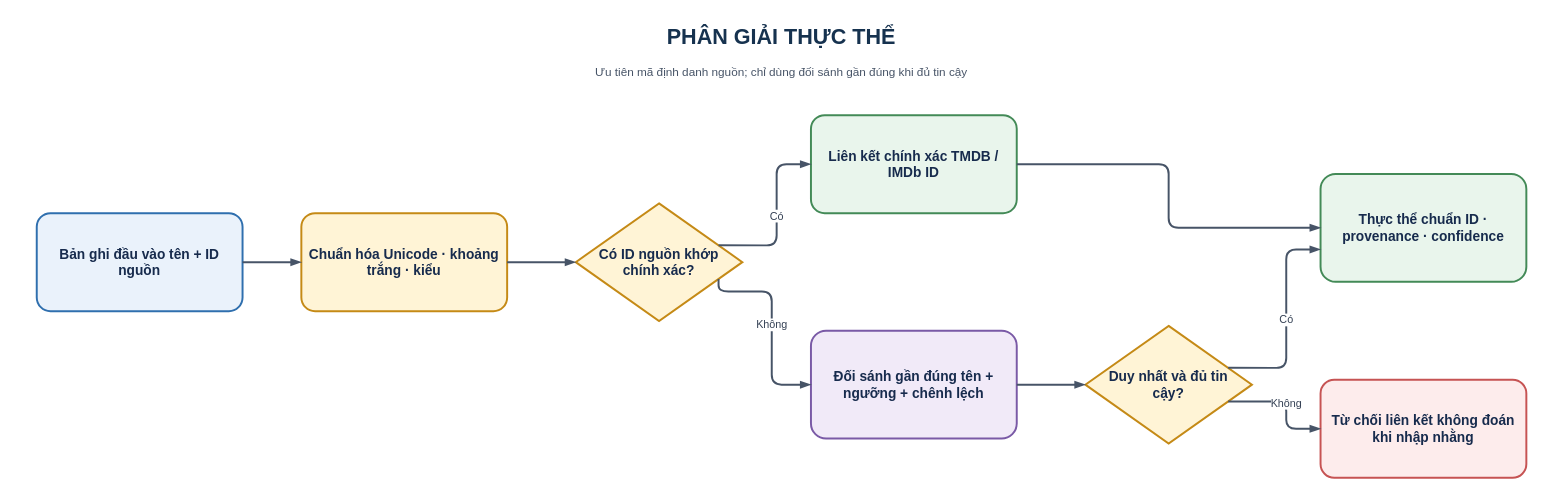
The draw.io diagram report_latex/images/sources/entity_resolution_flow.drawio in khanhhk/advanced_database, before the edit. Source tidied: cells renumbered, new cells numbered last; positions are measured from the earlier drawing's top-left corner, leaving out a move shared by most shapes. Both pictures are drawn from the tidied source at 98%, with x=0, y=0 at pixel (17, 17).
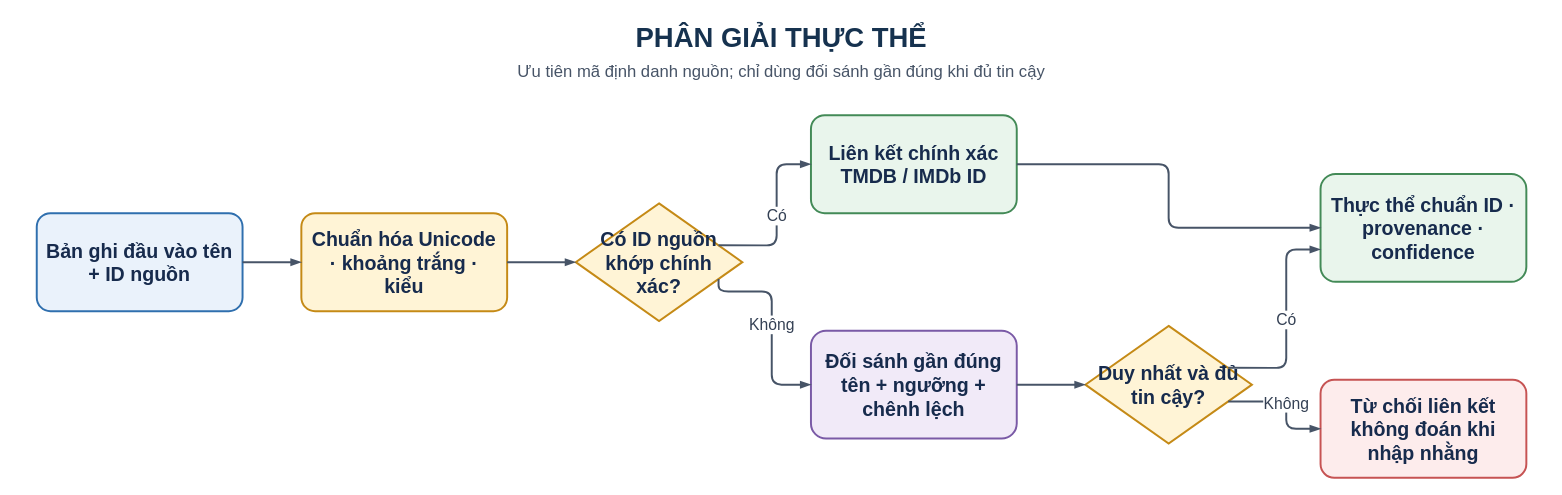
Above is the later version.

Change to the diagram source:
```diff
@@
-    <mxCell id="2" value="PHÂN GIẢI THỰC THỂ" style="text;html=1;whiteSpace=wrap;align=center;verticalAlign=middle;fontFamily=Helvetica;fontSize=22;fontColor=#16324F;fontStyle=1;" parent="1" vertex="1">
+    <mxCell id="2" value="PHÂN GIẢI THỰC THỂ" style="text;html=1;whiteSpace=wrap;align=center;verticalAlign=middle;fontFamily=Helvetica;fontSize=28;fontColor=#16324F;fontStyle=1;" parent="1" vertex="1">
       <mxGeometry width="1560" height="42" as="geometry" />
     </mxCell>
-    <mxCell id="3" value="Ưu tiên mã định danh nguồn; chỉ dùng đối sánh gần đúng khi đủ tin cậy" style="text;html=1;whiteSpace=wrap;align=center;verticalAlign=middle;fontFamily=Helvetica;fontSize=12;fontColor=#475467;" parent="1" vertex="1">
+    <mxCell id="3" value="Ưu tiên mã định danh nguồn; chỉ dùng đối sánh gần đúng khi đủ tin cậy" style="text;html=1;whiteSpace=wrap;align=center;verticalAlign=middle;fontFamily=Helvetica;fontSize=17;fontColor=#475467;" parent="1" vertex="1">
       <mxGeometry y="42" width="1560" height="30" as="geometry" />
     </mxCell>
-    <mxCell id="4" value="Bản ghi đầu vào tên + ID nguồn" style="rounded=1;arcSize=14;whiteSpace=wrap;html=1;align=center;verticalAlign=middle;spacing=8;fontFamily=Helvetica;fontSize=14;fontColor=#172B4D;fillColor=#EAF2FB;strokeColor=#2F6FAE;strokeWidth=2;fontStyle=1;" parent="1" vertex="1">
+    <mxCell id="4" value="Bản ghi đầu vào tên + ID nguồn" style="rounded=1;arcSize=14;whiteSpace=wrap;html=1;align=center;verticalAlign=middle;spacing=8;fontFamily=Helvetica;fontSize=20;fontColor=#172B4D;fillColor=#EAF2FB;strokeColor=#2F6FAE;strokeWidth=2;fontStyle=1;" parent="1" vertex="1">
       <mxGeometry x="20" y="200" width="210" height="100" as="geometry" />
     </mxCell>
-    <mxCell id="5" value="Chuẩn hóa Unicode · khoảng trắng · kiểu" style="rounded=1;arcSize=14;whiteSpace=wrap;html=1;align=center;verticalAlign=middle;spacing=8;fontFamily=Helvetica;fontSize=14;fontColor=#172B4D;fillColor=#FFF4D6;strokeColor=#C58A16;strokeWidth=2;fontStyle=1;" parent="1" vertex="1">
+    <mxCell id="5" value="Chuẩn hóa Unicode · khoảng trắng · kiểu" style="rounded=1;arcSize=14;whiteSpace=wrap;html=1;align=center;verticalAlign=middle;spacing=8;fontFamily=Helvetica;fontSize=20;fontColor=#172B4D;fillColor=#FFF4D6;strokeColor=#C58A16;strokeWidth=2;fontStyle=1;" parent="1" vertex="1">
       <mxGeometry x="290" y="200" width="210" height="100" as="geometry" />
     </mxCell>
-    <mxCell id="6" value="Có ID nguồn khớp chính xác?" style="rhombus;whiteSpace=wrap;html=1;align=center;verticalAlign=middle;spacing=8;fontFamily=Helvetica;fontSize=14;fontColor=#172B4D;fillColor=#FFF4D6;strokeColor=#C58A16;strokeWidth=2;fontStyle=1;" parent="1" vertex="1">
+    <mxCell id="6" value="Có ID nguồn khớp chính xác?" style="rhombus;whiteSpace=wrap;html=1;align=center;verticalAlign=middle;spacing=8;fontFamily=Helvetica;fontSize=20;fontColor=#172B4D;fillColor=#FFF4D6;strokeColor=#C58A16;strokeWidth=2;fontStyle=1;" parent="1" vertex="1">
       <mxGeometry x="570" y="190" width="170" height="120" as="geometry" />
     </mxCell>
-    <mxCell id="7" value="Liên kết chính xác TMDB / IMDb ID" style="rounded=1;arcSize=14;whiteSpace=wrap;html=1;align=center;verticalAlign=middle;spacing=8;fontFamily=Helvetica;fontSize=14;fontColor=#172B4D;fillColor=#E9F5EC;strokeColor=#438A57;strokeWidth=2;fontStyle=1;" parent="1" vertex="1">
+    <mxCell id="7" value="Liên kết chính xác TMDB / IMDb ID" style="rounded=1;arcSize=14;whiteSpace=wrap;html=1;align=center;verticalAlign=middle;spacing=8;fontFamily=Helvetica;fontSize=20;fontColor=#172B4D;fillColor=#E9F5EC;strokeColor=#438A57;strokeWidth=2;fontStyle=1;" parent="1" vertex="1">
       <mxGeometry x="810" y="100" width="210" height="100" as="geometry" />
     </mxCell>
-    <mxCell id="8" value="Đối sánh gần đúng tên + ngưỡng + chênh lệch" style="rounded=1;arcSize=14;whiteSpace=wrap;html=1;align=center;verticalAlign=middle;spacing=8;fontFamily=Helvetica;fontSize=14;fontColor=#172B4D;fillColor=#F1EAF8;strokeColor=#7A5AA6;strokeWidth=2;fontStyle=1;" parent="1" vertex="1">
+    <mxCell id="8" value="Đối sánh gần đúng tên + ngưỡng + chênh lệch" style="rounded=1;arcSize=14;whiteSpace=wrap;html=1;align=center;verticalAlign=middle;spacing=8;fontFamily=Helvetica;fontSize=20;fontColor=#172B4D;fillColor=#F1EAF8;strokeColor=#7A5AA6;strokeWidth=2;fontStyle=1;" parent="1" vertex="1">
       <mxGeometry x="810" y="320" width="210" height="110" as="geometry" />
     </mxCell>
-    <mxCell id="9" value="Duy nhất và đủ tin cậy?" style="rhombus;whiteSpace=wrap;html=1;align=center;verticalAlign=middle;spacing=8;fontFamily=Helvetica;fontSize=14;fontColor=#172B4D;fillColor=#FFF4D6;strokeColor=#C58A16;strokeWidth=2;fontStyle=1;" parent="1" vertex="1">
+    <mxCell id="9" value="Duy nhất và đủ tin cậy?" style="rhombus;whiteSpace=wrap;html=1;align=center;verticalAlign=middle;spacing=8;fontFamily=Helvetica;fontSize=20;fontColor=#172B4D;fillColor=#FFF4D6;strokeColor=#C58A16;strokeWidth=2;fontStyle=1;" parent="1" vertex="1">
       <mxGeometry x="1090" y="315" width="170" height="120" as="geometry" />
     </mxCell>
-    <mxCell id="10" value="Thực thể chuẩn ID · provenance · confidence" style="rounded=1;arcSize=14;whiteSpace=wrap;html=1;align=center;verticalAlign=middle;spacing=8;fontFamily=Helvetica;fontSize=14;fontColor=#172B4D;fillColor=#E9F5EC;strokeColor=#438A57;strokeWidth=2;fontStyle=1;" parent="1" vertex="1">
+    <mxCell id="10" value="Thực thể chuẩn ID · provenance · confidence" style="rounded=1;arcSize=14;whiteSpace=wrap;html=1;align=center;verticalAlign=middle;spacing=8;fontFamily=Helvetica;fontSize=20;fontColor=#172B4D;fillColor=#E9F5EC;strokeColor=#438A57;strokeWidth=2;fontStyle=1;" parent="1" vertex="1">
       <mxGeometry x="1330" y="160" width="210" height="110" as="geometry" />
     </mxCell>
-    <mxCell id="11" value="Từ chối liên kết không đoán khi nhập nhằng" style="rounded=1;arcSize=14;whiteSpace=wrap;html=1;align=center;verticalAlign=middle;spacing=8;fontFamily=Helvetica;fontSize=14;fontColor=#172B4D;fillColor=#FDECEC;strokeColor=#C65353;strokeWidth=2;fontStyle=1;" parent="1" vertex="1">
+    <mxCell id="11" value="Từ chối liên kết không đoán khi nhập nhằng" style="rounded=1;arcSize=14;whiteSpace=wrap;html=1;align=center;verticalAlign=middle;spacing=8;fontFamily=Helvetica;fontSize=20;fontColor=#172B4D;fillColor=#FDECEC;strokeColor=#C65353;strokeWidth=2;fontStyle=1;" parent="1" vertex="1">
       <mxGeometry x="1330" y="370" width="210" height="100" as="geometry" />
     </mxCell>
-    <mxCell id="12" style="edgeStyle=orthogonalEdgeStyle;rounded=1;jettySize=auto;html=1;strokeColor=#475467;strokeWidth=2;endArrow=blockThin;endFill=1;fontFamily=Helvetica;fontSize=11;fontColor=#344054;labelBackgroundColor=#FFFFFF;exitX=1;exitY=0.5;exitDx=0;exitDy=0;entryX=0;entryY=0.5;entryDx=0;entryDy=0;" parent="1" edge="1" source="4" target="5">
+    <mxCell id="12" style="edgeStyle=orthogonalEdgeStyle;rounded=1;jettySize=auto;html=1;strokeColor=#475467;strokeWidth=2;endArrow=blockThin;endFill=1;fontFamily=Helvetica;fontSize=16;fontColor=#344054;labelBackgroundColor=#FFFFFF;exitX=1;exitY=0.5;exitDx=0;exitDy=0;entryX=0;entryY=0.5;entryDx=0;entryDy=0;" parent="1" edge="1" source="4" target="5">
       <mxGeometry relative="1" as="geometry" />
     </mxCell>
-    <mxCell id="13" style="edgeStyle=orthogonalEdgeStyle;rounded=1;jettySize=auto;html=1;strokeColor=#475467;strokeWidth=2;endArrow=blockThin;endFill=1;fontFamily=Helvetica;fontSize=11;fontColor=#344054;labelBackgroundColor=#FFFFFF;exitX=1;exitY=0.5;exitDx=0;exitDy=0;entryX=0;entryY=0.5;entryDx=0;entryDy=0;" parent="1" edge="1" source="5" target="6">
+    <mxCell id="13" style="edgeStyle=orthogonalEdgeStyle;rounded=1;jettySize=auto;html=1;strokeColor=#475467;strokeWidth=2;endArrow=blockThin;endFill=1;fontFamily=Helvetica;fontSize=16;fontColor=#344054;labelBackgroundColor=#FFFFFF;exitX=1;exitY=0.5;exitDx=0;exitDy=0;entryX=0;entryY=0.5;entryDx=0;entryDy=0;" parent="1" edge="1" source="5" target="6">
       <mxGeometry relative="1" as="geometry" />
     </mxCell>
-    <mxCell id="14" value="Có" style="edgeStyle=orthogonalEdgeStyle;rounded=1;jettySize=auto;html=1;strokeColor=#475467;strokeWidth=2;endArrow=blockThin;endFill=1;fontFamily=Helvetica;fontSize=11;fontColor=#344054;labelBackgroundColor=#FFFFFF;exitX=1;exitY=0.3;exitDx=0;exitDy=0;entryX=0;entryY=0.5;entryDx=0;entryDy=0;" parent="1" edge="1" source="6" target="7">
+    <mxCell id="14" value="Có" style="edgeStyle=orthogonalEdgeStyle;rounded=1;jettySize=auto;html=1;strokeColor=#475467;strokeWidth=2;endArrow=blockThin;endFill=1;fontFamily=Helvetica;fontSize=16;fontColor=#344054;labelBackgroundColor=#FFFFFF;exitX=1;exitY=0.3;exitDx=0;exitDy=0;entryX=0;entryY=0.5;entryDx=0;entryDy=0;" parent="1" edge="1" source="6" target="7">
       <mxGeometry relative="1" as="geometry" />
     </mxCell>
-    <mxCell id="15" value="Không" style="edgeStyle=orthogonalEdgeStyle;rounded=1;jettySize=auto;html=1;strokeColor=#475467;strokeWidth=2;endArrow=blockThin;endFill=1;fontFamily=Helvetica;fontSize=11;fontColor=#344054;labelBackgroundColor=#FFFFFF;exitX=1;exitY=0.7;exitDx=0;exitDy=0;entryX=0;entryY=0.5;entryDx=0;entryDy=0;" parent="1" edge="1" source="6" target="8">
+    <mxCell id="15" value="Không" style="edgeStyle=orthogonalEdgeStyle;rounded=1;jettySize=auto;html=1;strokeColor=#475467;strokeWidth=2;endArrow=blockThin;endFill=1;fontFamily=Helvetica;fontSize=16;fontColor=#344054;labelBackgroundColor=#FFFFFF;exitX=1;exitY=0.7;exitDx=0;exitDy=0;entryX=0;entryY=0.5;entryDx=0;entryDy=0;" parent="1" edge="1" source="6" target="8">
       <mxGeometry relative="1" as="geometry">
         <Array as="points">
           <mxPoint x="770" y="280" />
           <mxPoint x="770" y="375" />
         </Array>
       </mxGeometry>
     </mxCell>
-    <mxCell id="16" style="edgeStyle=orthogonalEdgeStyle;rounded=1;jettySize=auto;html=1;strokeColor=#475467;strokeWidth=2;endArrow=blockThin;endFill=1;fontFamily=Helvetica;fontSize=11;fontColor=#344054;labelBackgroundColor=#FFFFFF;exitX=1;exitY=0.5;exitDx=0;exitDy=0;entryX=0;entryY=0.5;entryDx=0;entryDy=0;" parent="1" edge="1" source="7" target="10">
+    <mxCell id="16" style="edgeStyle=orthogonalEdgeStyle;rounded=1;jettySize=auto;html=1;strokeColor=#475467;strokeWidth=2;endArrow=blockThin;endFill=1;fontFamily=Helvetica;fontSize=16;fontColor=#344054;labelBackgroundColor=#FFFFFF;exitX=1;exitY=0.5;exitDx=0;exitDy=0;entryX=0;entryY=0.5;entryDx=0;entryDy=0;" parent="1" edge="1" source="7" target="10">
       <mxGeometry relative="1" as="geometry" />
     </mxCell>
-    <mxCell id="17" style="edgeStyle=orthogonalEdgeStyle;rounded=1;jettySize=auto;html=1;strokeColor=#475467;strokeWidth=2;endArrow=blockThin;endFill=1;fontFamily=Helvetica;fontSize=11;fontColor=#344054;labelBackgroundColor=#FFFFFF;exitX=1;exitY=0.5;exitDx=0;exitDy=0;entryX=0;entryY=0.5;entryDx=0;entryDy=0;" parent="1" edge="1" source="8" target="9">
+    <mxCell id="17" style="edgeStyle=orthogonalEdgeStyle;rounded=1;jettySize=auto;html=1;strokeColor=#475467;strokeWidth=2;endArrow=blockThin;endFill=1;fontFamily=Helvetica;fontSize=16;fontColor=#344054;labelBackgroundColor=#FFFFFF;exitX=1;exitY=0.5;exitDx=0;exitDy=0;entryX=0;entryY=0.5;entryDx=0;entryDy=0;" parent="1" edge="1" source="8" target="9">
       <mxGeometry relative="1" as="geometry" />
     </mxCell>
-    <mxCell id="18" value="Có" style="edgeStyle=orthogonalEdgeStyle;rounded=1;jettySize=auto;html=1;strokeColor=#475467;strokeWidth=2;endArrow=blockThin;endFill=1;fontFamily=Helvetica;fontSize=11;fontColor=#344054;labelBackgroundColor=#FFFFFF;exitX=1;exitY=0.3;exitDx=0;exitDy=0;entryX=0;entryY=0.7;entryDx=0;entryDy=0;" parent="1" edge="1" source="9" target="10">
+    <mxCell id="18" value="Có" style="edgeStyle=orthogonalEdgeStyle;rounded=1;jettySize=auto;html=1;strokeColor=#475467;strokeWidth=2;endArrow=blockThin;endFill=1;fontFamily=Helvetica;fontSize=16;fontColor=#344054;labelBackgroundColor=#FFFFFF;exitX=1;exitY=0.3;exitDx=0;exitDy=0;entryX=0;entryY=0.7;entryDx=0;entryDy=0;" parent="1" edge="1" source="9" target="10">
       <mxGeometry relative="1" as="geometry" />
     </mxCell>
-    <mxCell id="19" value="Không" style="edgeStyle=orthogonalEdgeStyle;rounded=1;jettySize=auto;html=1;strokeColor=#475467;strokeWidth=2;endArrow=blockThin;endFill=1;fontFamily=Helvetica;fontSize=11;fontColor=#344054;labelBackgroundColor=#FFFFFF;exitX=1;exitY=0.7;exitDx=0;exitDy=0;entryX=0;entryY=0.5;entryDx=0;entryDy=0;" parent="1" edge="1" source="9" target="11">
+    <mxCell id="19" value="Không" style="edgeStyle=orthogonalEdgeStyle;rounded=1;jettySize=auto;html=1;strokeColor=#475467;strokeWidth=2;endArrow=blockThin;endFill=1;fontFamily=Helvetica;fontSize=16;fontColor=#344054;labelBackgroundColor=#FFFFFF;exitX=1;exitY=0.7;exitDx=0;exitDy=0;entryX=0;entryY=0.5;entryDx=0;entryDy=0;" parent="1" edge="1" source="9" target="11">
       <mxGeometry relative="1" as="geometry" />
     </mxCell>
```
